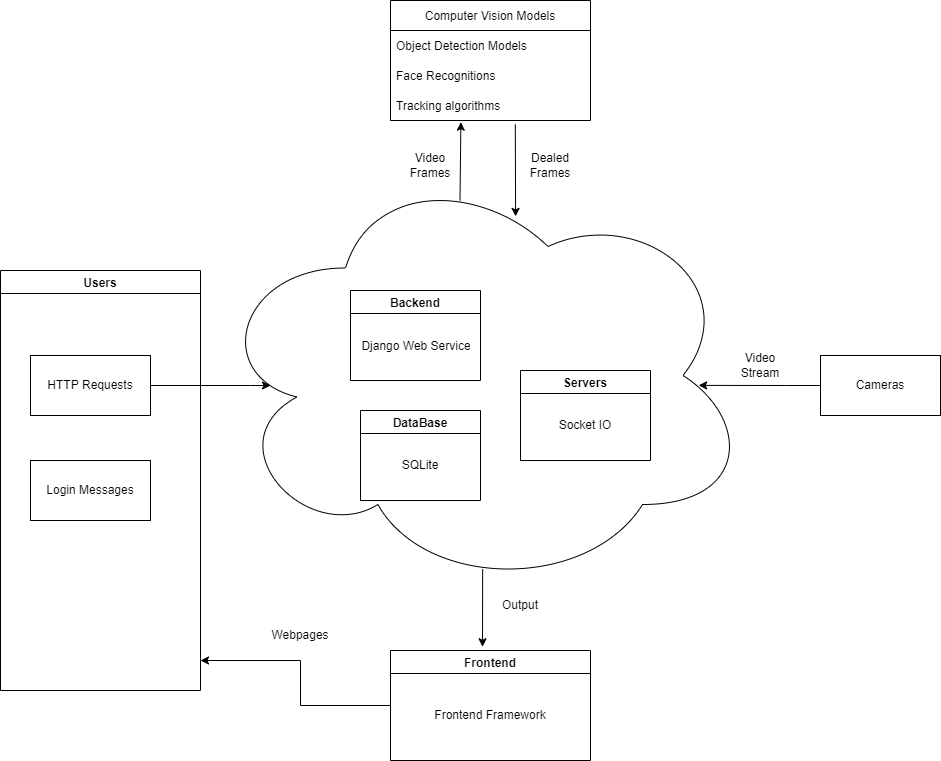
linghan1997/PPE_intern keeps this draw.io diagram as block diagram.png. Above is the earlier version. Source tidied: cells renumbered, new cells last; positions are measured from the earlier drawing's top-left corner, leaving out a move shared by most shapes.
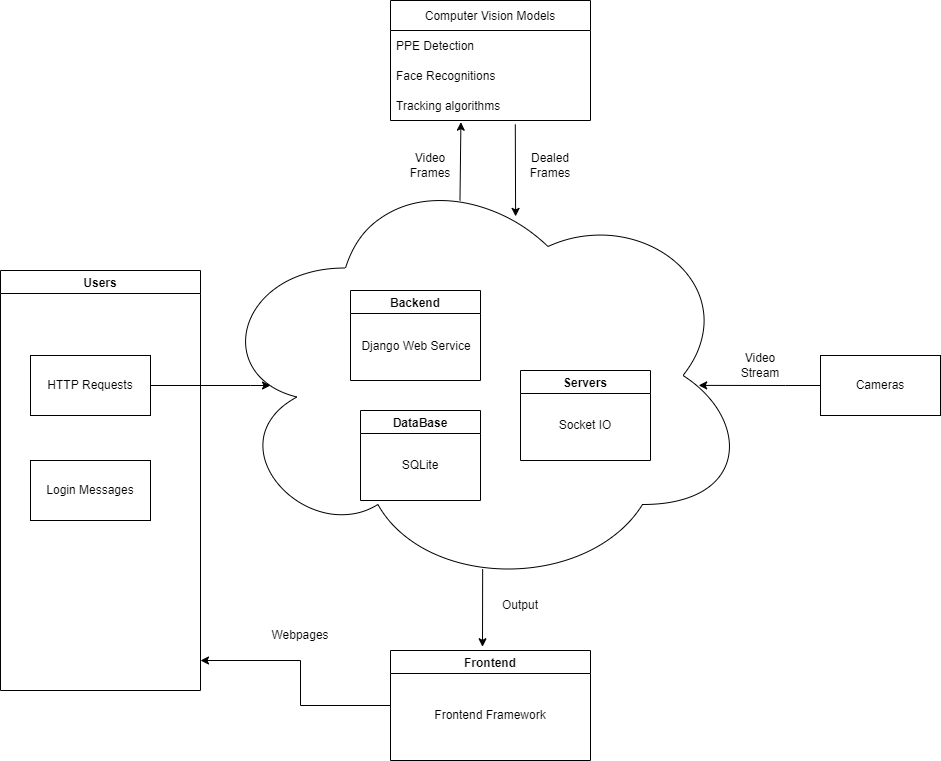
Later version of the same file.

Change to the diagram source:
```diff
@@ -23,7 +23,7 @@
     <mxCell id="6" value="Computer Vision Models" style="swimlane;fontStyle=0;horizontal=1;startSize=30;" parent="1" vertex="1">
       <mxGeometry x="390" width="200" height="120" as="geometry" />
     </mxCell>
-    <mxCell id="7" value="Object Detection Models" style="text;strokeColor=none;fillColor=none;align=left;verticalAlign=middle;spacingLeft=4;spacingRight=4;overflow=hidden;" parent="6" vertex="1">
+    <mxCell id="7" value="PPE Detection" style="text;strokeColor=none;fillColor=none;align=left;verticalAlign=middle;spacingLeft=4;spacingRight=4;overflow=hidden;" parent="6" vertex="1">
       <mxGeometry y="30" width="200" height="30" as="geometry" />
     </mxCell>
     <mxCell id="8" value="Face Recognitions" style="text;strokeColor=none;fillColor=none;align=left;verticalAlign=middle;spacingLeft=4;spacingRight=4;overflow=hidden;" parent="6" vertex="1">
```
